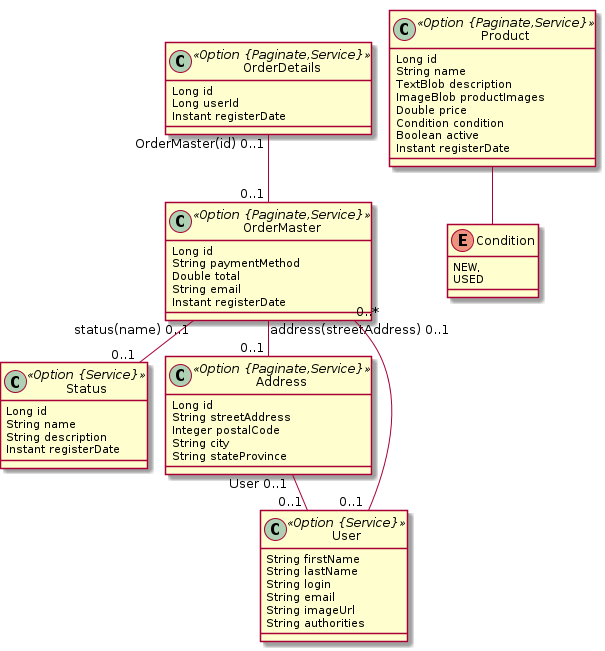
This is 1-ordersystem-monolithic/docs/ordersystem-jdl.png from tomj0101/distributed-system, a PlantUML export, as it was before one commit.
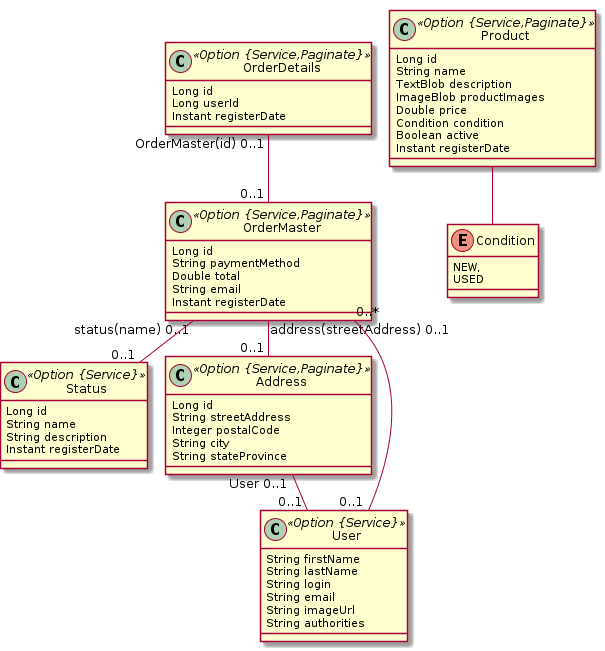
The same diagram one commit later.

Diff of the diagram source:
```diff
@@ -7,14 +7,14 @@
 		String description
 		Instant registerDate
 	}
-	class Address <<Option {Paginate,Service}>> {
+	class Address <<Option {Service,Paginate}>> {
 		Long id
 		String streetAddress
 		Integer postalCode
 		String city
 		String stateProvince
 	}
-	class Product <<Option {Paginate,Service}>> {
+	class Product <<Option {Service,Paginate}>> {
 		Long id
 		String name
 		TextBlob description
@@ -25,14 +25,14 @@
 		Instant registerDate
 	}
 	Product ..> Condition
-	class OrderMaster <<Option {Paginate,Service}>> {
+	class OrderMaster <<Option {Service,Paginate}>> {
 		Long id
 		String paymentMethod
 		Double total
 		String email
 		Instant registerDate
 	}
-	class OrderDetails <<Option {Paginate,Service}>> {
+	class OrderDetails <<Option {Service,Paginate}>> {
 		Long id
 		Long userId
 		Instant registerDate
```
